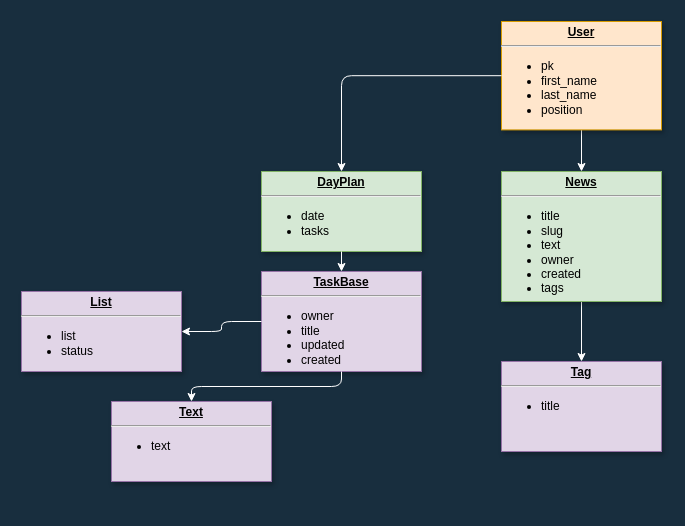
Before: Untitled Diagram.drawio in Dmitriy-Holovnia/schemes, a draw.io diagram. Source tidied: cells renumbered, new cells numbered last; positions are measured from the earlier drawing's top-left corner, leaving out a move shared by most shapes. Both pictures are drawn from the tidied source at 100%, with x=0, y=0 at pixel (21, 21).
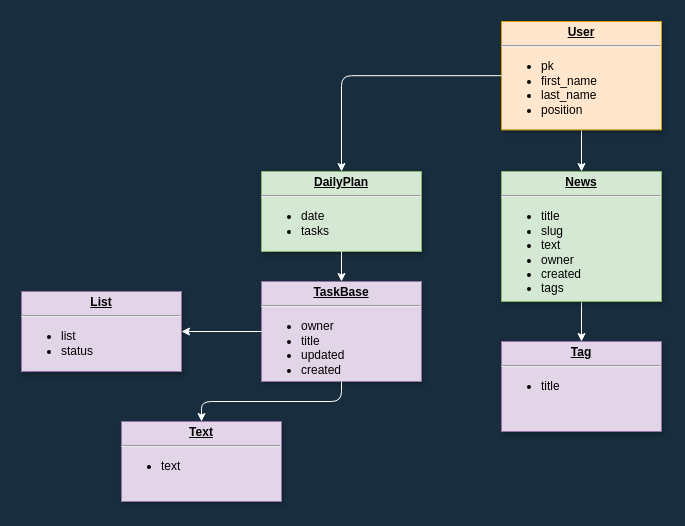
The same page after the edit.

What changed in the source:
```diff
@@
 <mxGraphModel background="#182E3E">
   <root>
     <mxCell id="0" />
     <mxCell id="1" parent="0" />
     <mxCell id="2" style="edgeStyle=orthogonalEdgeStyle;rounded=1;sketch=0;jettySize=auto;html=0;strokeColor=#FFFFFF;fontColor=#FFFFFF;" parent="1" edge="1" source="3" target="13">
       <mxGeometry relative="1" as="geometry" />
     </mxCell>
     <mxCell id="3" value="&lt;p style=&quot;margin: 0px ; margin-top: 4px ; text-align: center ; text-decoration: underline&quot;&gt;&lt;b&gt;User&lt;/b&gt;&lt;/p&gt;&lt;hr&gt;&lt;p style=&quot;margin: 0px ; margin-left: 8px&quot;&gt;&lt;ul&gt;&lt;li style=&quot;text-align: justify&quot;&gt;&lt;span&gt;pk&lt;/span&gt;&lt;/li&gt;&lt;li style=&quot;text-align: justify&quot;&gt;&lt;span&gt;first_name&lt;/span&gt;&lt;/li&gt;&lt;li style=&quot;text-align: justify&quot;&gt;&lt;span&gt;last_name&lt;/span&gt;&lt;/li&gt;&lt;li style=&quot;text-align: justify&quot;&gt;&lt;span&gt;position&lt;/span&gt;&lt;/li&gt;&lt;/ul&gt;&lt;/p&gt;&lt;p style=&quot;margin: 0px ; margin-left: 8px&quot;&gt;&lt;br&gt;&lt;/p&gt;&lt;p style=&quot;margin: 0px ; margin-left: 8px&quot;&gt;&lt;br&gt;&lt;/p&gt;" style="verticalAlign=top;align=left;overflow=fill;fontSize=12;fontFamily=Helvetica;html=1;strokeColor=#d79b00;shadow=1;fillColor=#ffe6cc;rounded=0;" parent="1" vertex="1">
       <mxGeometry x="480" width="160" height="108.4" as="geometry" />
     </mxCell>
     <mxCell id="4" value="&lt;p style=&quot;margin: 0px ; margin-top: 4px ; text-align: center ; text-decoration: underline&quot;&gt;&lt;b&gt;TaskBase&lt;/b&gt;&lt;/p&gt;&lt;hr&gt;&lt;p style=&quot;margin: 0px ; margin-left: 8px&quot;&gt;&lt;/p&gt;&lt;ul&gt;&lt;li&gt;owner&lt;/li&gt;&lt;li&gt;title&lt;/li&gt;&lt;li&gt;updated&lt;/li&gt;&lt;li&gt;created&lt;/li&gt;&lt;/ul&gt;&lt;p&gt;&lt;/p&gt;" style="verticalAlign=top;align=left;overflow=fill;fontSize=12;fontFamily=Helvetica;html=1;strokeColor=#9673a6;shadow=1;fillColor=#e1d5e7;" parent="1" vertex="1">
-      <mxGeometry x="240" y="250" width="160" height="100" as="geometry" />
+      <mxGeometry x="240" y="260" width="160" height="100" as="geometry" />
     </mxCell>
     <mxCell id="5" value="&lt;p style=&quot;margin: 0px ; margin-top: 4px ; text-align: center ; text-decoration: underline&quot;&gt;&lt;b&gt;Text&lt;/b&gt;&lt;/p&gt;&lt;hr&gt;&lt;p style=&quot;margin: 0px ; margin-left: 8px&quot;&gt;&lt;/p&gt;&lt;ul&gt;&lt;li&gt;text&lt;/li&gt;&lt;/ul&gt;&lt;p&gt;&lt;/p&gt;" style="verticalAlign=top;align=left;overflow=fill;fontSize=12;fontFamily=Helvetica;html=1;strokeColor=#9673a6;shadow=1;fillColor=#e1d5e7;" parent="1" vertex="1">
-      <mxGeometry x="90" y="380" width="160" height="80" as="geometry" />
+      <mxGeometry x="100" y="400" width="160" height="80" as="geometry" />
     </mxCell>
     <mxCell id="6" value="&lt;p style=&quot;margin: 0px ; margin-top: 4px ; text-align: center ; text-decoration: underline&quot;&gt;&lt;b&gt;List&lt;/b&gt;&lt;/p&gt;&lt;hr&gt;&lt;p style=&quot;margin: 0px ; margin-left: 8px&quot;&gt;&lt;/p&gt;&lt;ul&gt;&lt;li&gt;list&lt;/li&gt;&lt;li&gt;status&lt;/li&gt;&lt;/ul&gt;&lt;p&gt;&lt;/p&gt;" style="verticalAlign=top;align=left;overflow=fill;fontSize=12;fontFamily=Helvetica;html=1;strokeColor=#9673a6;shadow=1;fillColor=#e1d5e7;" parent="1" vertex="1">
       <mxGeometry y="270" width="160" height="80" as="geometry" />
     </mxCell>
     <mxCell id="7" style="endArrow=classic;html=1;strokeColor=#FFFFFF;fontColor=#FFFFFF;edgeStyle=orthogonalEdgeStyle;" parent="1" edge="1" source="4" target="5">
       <mxGeometry relative="1" as="geometry" />
     </mxCell>
     <mxCell id="8" style="endArrow=classic;html=1;strokeColor=#FFFFFF;fontColor=#FFFFFF;edgeStyle=orthogonalEdgeStyle;" parent="1" edge="1" source="4" target="6">
       <mxGeometry relative="1" as="geometry" />
     </mxCell>
-    <mxCell id="9" value="&lt;p style=&quot;margin: 0px ; margin-top: 4px ; text-align: center ; text-decoration: underline&quot;&gt;&lt;b&gt;DayPlan&lt;/b&gt;&lt;/p&gt;&lt;hr&gt;&lt;p style=&quot;margin: 0px ; margin-left: 8px&quot;&gt;&lt;/p&gt;&lt;ul&gt;&lt;li style=&quot;text-align: justify&quot;&gt;&lt;span&gt;date&lt;/span&gt;&lt;/li&gt;&lt;li style=&quot;text-align: justify&quot;&gt;&lt;span&gt;tasks&lt;/span&gt;&lt;/li&gt;&lt;/ul&gt;&lt;p&gt;&lt;/p&gt;&lt;p style=&quot;margin: 0px ; margin-left: 8px&quot;&gt;&lt;br&gt;&lt;/p&gt;&lt;p style=&quot;margin: 0px ; margin-left: 8px&quot;&gt;&lt;br&gt;&lt;/p&gt;" style="verticalAlign=top;align=left;overflow=fill;fontSize=12;fontFamily=Helvetica;html=1;strokeColor=#82b366;shadow=1;fillColor=#d5e8d4;rounded=0;" parent="1" vertex="1">
+    <mxCell id="9" value="&lt;p style=&quot;margin: 0px ; margin-top: 4px ; text-align: center ; text-decoration: underline&quot;&gt;&lt;b&gt;DailyPlan&lt;/b&gt;&lt;/p&gt;&lt;hr&gt;&lt;p style=&quot;margin: 0px ; margin-left: 8px&quot;&gt;&lt;/p&gt;&lt;ul&gt;&lt;li style=&quot;text-align: justify&quot;&gt;&lt;span&gt;date&lt;/span&gt;&lt;/li&gt;&lt;li style=&quot;text-align: justify&quot;&gt;&lt;span&gt;tasks&lt;/span&gt;&lt;/li&gt;&lt;/ul&gt;&lt;p&gt;&lt;/p&gt;&lt;p style=&quot;margin: 0px ; margin-left: 8px&quot;&gt;&lt;br&gt;&lt;/p&gt;&lt;p style=&quot;margin: 0px ; margin-left: 8px&quot;&gt;&lt;br&gt;&lt;/p&gt;" style="verticalAlign=top;align=left;overflow=fill;fontSize=12;fontFamily=Helvetica;html=1;strokeColor=#82b366;shadow=1;fillColor=#d5e8d4;rounded=0;" parent="1" vertex="1">
       <mxGeometry x="240" y="150" width="160" height="80" as="geometry" />
     </mxCell>
     <mxCell id="10" style="endArrow=classic;html=1;strokeColor=#FFFFFF;fontColor=#FFFFFF;edgeStyle=orthogonalEdgeStyle;" parent="1" edge="1" source="3" target="9">
       <mxGeometry relative="1" as="geometry" />
     </mxCell>
     <mxCell id="11" style="endArrow=classic;html=1;strokeColor=#FFFFFF;fontColor=#FFFFFF;edgeStyle=orthogonalEdgeStyle;" parent="1" edge="1" source="9" target="4">
       <mxGeometry relative="1" as="geometry" />
     </mxCell>
     <mxCell id="12" style="edgeStyle=orthogonalEdgeStyle;rounded=1;sketch=0;jettySize=auto;html=0;strokeColor=#FFFFFF;fontColor=#FFFFFF;" parent="1" edge="1" source="13" target="14">
       <mxGeometry relative="1" as="geometry" />
     </mxCell>
     <mxCell id="13" value="&lt;p style=&quot;margin: 0px ; margin-top: 4px ; text-align: center ; text-decoration: underline&quot;&gt;&lt;b&gt;News&lt;/b&gt;&lt;/p&gt;&lt;hr&gt;&lt;p style=&quot;margin: 0px ; margin-left: 8px&quot;&gt;&lt;/p&gt;&lt;ul&gt;&lt;li style=&quot;text-align: justify&quot;&gt;title&lt;/li&gt;&lt;li style=&quot;text-align: justify&quot;&gt;slug&lt;/li&gt;&lt;li style=&quot;text-align: justify&quot;&gt;text&lt;/li&gt;&lt;li style=&quot;text-align: justify&quot;&gt;owner&lt;/li&gt;&lt;li style=&quot;text-align: justify&quot;&gt;created&lt;/li&gt;&lt;li style=&quot;text-align: justify&quot;&gt;tags&lt;/li&gt;&lt;/ul&gt;&lt;p&gt;&lt;/p&gt;&lt;p style=&quot;margin: 0px ; margin-left: 8px&quot;&gt;&lt;br&gt;&lt;/p&gt;&lt;p style=&quot;margin: 0px ; margin-left: 8px&quot;&gt;&lt;br&gt;&lt;/p&gt;" style="verticalAlign=top;align=left;overflow=fill;fontSize=12;fontFamily=Helvetica;html=1;strokeColor=#82b366;shadow=1;fillColor=#d5e8d4;rounded=0;" parent="1" vertex="1">
       <mxGeometry x="480" y="150" width="160" height="130" as="geometry" />
     </mxCell>
     <mxCell id="14" value="&lt;p style=&quot;margin: 0px ; margin-top: 4px ; text-align: center ; text-decoration: underline&quot;&gt;&lt;b&gt;Tag&lt;/b&gt;&lt;/p&gt;&lt;hr&gt;&lt;p style=&quot;margin: 0px ; margin-left: 8px&quot;&gt;&lt;/p&gt;&lt;ul&gt;&lt;li style=&quot;text-align: justify&quot;&gt;title&lt;/li&gt;&lt;/ul&gt;&lt;p style=&quot;margin: 0px ; margin-left: 8px&quot;&gt;&lt;br&gt;&lt;/p&gt;" style="verticalAlign=top;align=left;overflow=fill;fontSize=12;fontFamily=Helvetica;html=1;strokeColor=#9673a6;shadow=1;fillColor=#e1d5e7;rounded=0;" parent="1" vertex="1">
-      <mxGeometry x="480" y="340" width="160" height="90" as="geometry" />
+      <mxGeometry x="480" y="320" width="160" height="90" as="geometry" />
     </mxCell>
   </root>
 </mxGraphModel>
```
